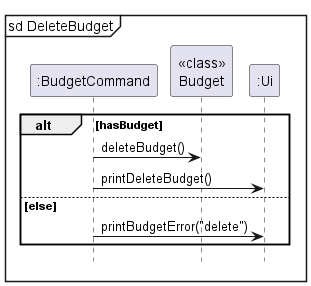
The PlantUML diagram docs/images/deleteBudget.png in nus-cs2113-AY2324S1/tp, before a commit.
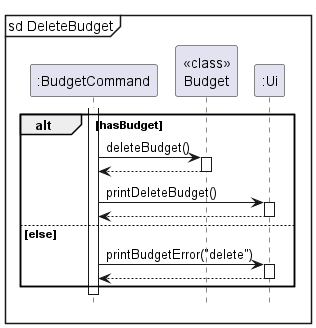
Above is the later version.

Change to the diagram source:
```diff
@@ -1,15 +1,22 @@
 @startuml
+
+autoactivate on
 
 mainframe sd DeleteBudget
 participant ":BudgetCommand" as BudgetCommand
 participant "<<class>>\nBudget" as Budget
 participant ":Ui" as Ui
 
+activate BudgetCommand
+
 alt hasBudget
     BudgetCommand -> Budget: deleteBudget()
+    return
     BudgetCommand -> Ui: printDeleteBudget()
+    return
 else else
     BudgetCommand -> Ui: printBudgetError("delete")
+    return
 end
 
 hide footbox
```
